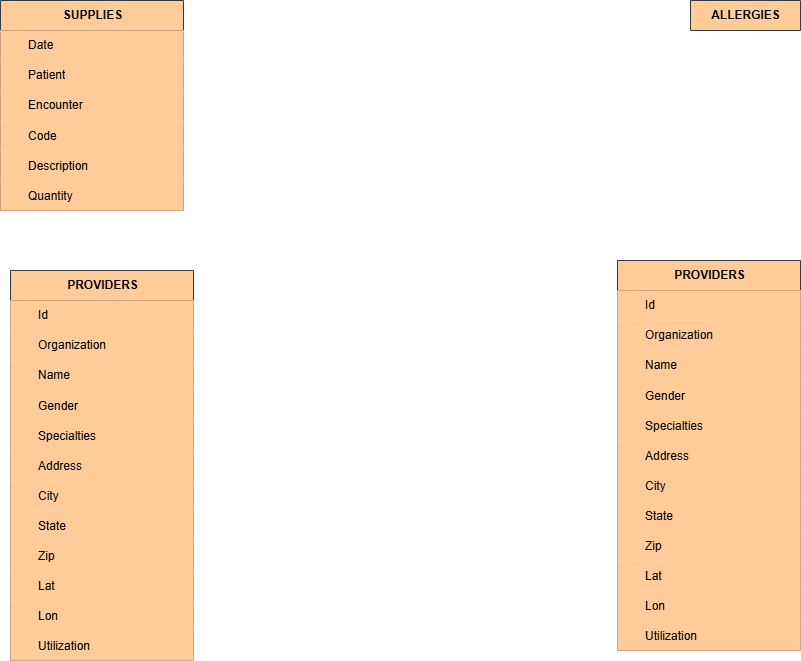
This is BigDataProject.drawio.png from UtsuroNoArashi/BigDataProject, a draw.io export, as it was before one commit. Source tidied: cells renumbered, new cells last; positions are measured from the earlier drawing's top-left corner, leaving out a move shared by most shapes.
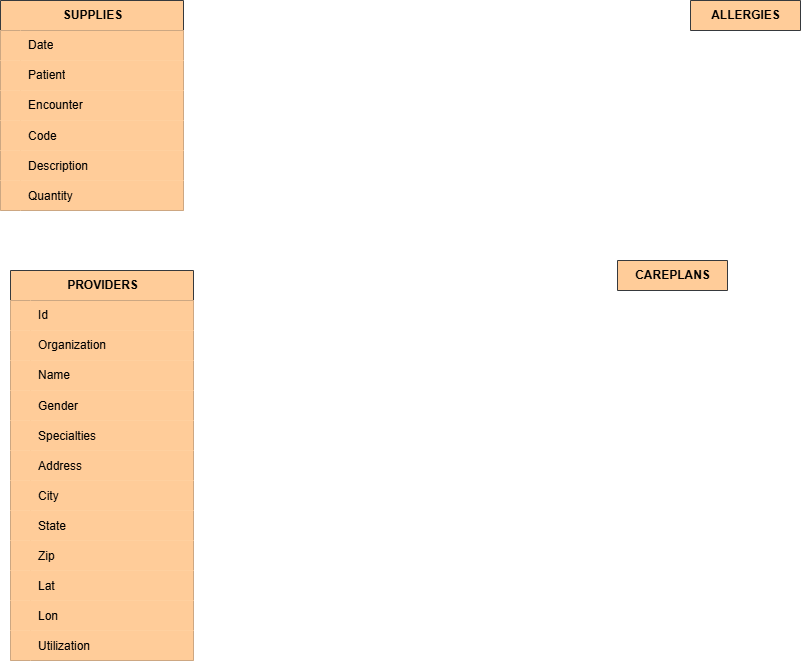
The same diagram one commit later.

Change to the diagram source:
```diff
@@ -173,116 +173,8 @@
     <mxCell id="58" value="ALLERGIES" style="shape=table;startSize=30;rowLines=0;fontStyle=1;align=center;html=1;fillColor=light-dark(#FFCC99,#B98351);strokeColor=light-dark(#36393D,#DDE2E4);fontColor=light-dark(#000000,#000000);" parent="1" vertex="1" collapsed="1">
       <mxGeometry x="690" width="110" height="30" as="geometry" />
     </mxCell>
-    <mxCell id="59" value="PROVIDERS" style="shape=table;startSize=30;rowLines=0;fontStyle=1;align=center;html=1;fillColor=light-dark(#FFCC99,#B98351);strokeColor=light-dark(#36393D,#DDE2E4);fontColor=light-dark(#000000,#000000);" parent="1" vertex="1">
-      <mxGeometry x="617" y="260" width="183" height="390" as="geometry" />
+    <mxCell id="59" value="CAREPLANS" style="shape=table;startSize=30;rowLines=0;fontStyle=1;align=center;html=1;fillColor=light-dark(#FFCC99,#B98351);strokeColor=light-dark(#36393D,#DDE2E4);fontColor=light-dark(#000000,#000000);" parent="1" vertex="1" collapsed="1">
+      <mxGeometry x="617" y="260" width="110" height="30" as="geometry" />
     </mxCell>
-    <mxCell id="60" style="shape=tableRow;horizontal=0;startSize=0;swimlaneHead=0;swimlaneBody=0;fillColor=light-dark(#FFCC99,#B98351);top=0;left=0;right=0;bottom=0;strokeColor=light-dark(#36393D,#DDE2E4);fontColor=light-dark(#000000,#000000);" parent="59" vertex="1">
-      <mxGeometry y="30" width="183" height="30" as="geometry" />
-    </mxCell>
-    <mxCell id="61" style="shape=partialRectangle;fillColor=light-dark(#FFCC99,#B98351);top=0;left=0;bottom=0;right=0;overflow=hidden;whiteSpace=wrap;html=1;strokeColor=light-dark(#36393D,#DDE2E4);fontColor=light-dark(#000000,#000000);" parent="60" vertex="1">
-      <mxGeometry width="20" height="30" as="geometry" />
-    </mxCell>
-    <mxCell id="62" value="Id" style="shape=partialRectangle;fillColor=light-dark(#FFCC99,#B98351);top=0;left=0;bottom=0;right=0;align=left;spacingLeft=6;overflow=hidden;whiteSpace=wrap;html=1;strokeColor=default;fontColor=light-dark(#000000,#000000);" parent="60" vertex="1">
-      <mxGeometry x="20" width="163" height="30" as="geometry" />
-    </mxCell>
-    <mxCell id="63" style="shape=tableRow;horizontal=0;startSize=0;swimlaneHead=0;swimlaneBody=0;fillColor=light-dark(#FFCC99,#B98351);top=0;left=0;right=0;bottom=0;strokeColor=light-dark(#36393D,#DDE2E4);fontColor=light-dark(#000000,#000000);" parent="59" vertex="1">
-      <mxGeometry y="60" width="183" height="30" as="geometry" />
-    </mxCell>
-    <mxCell id="64" style="shape=partialRectangle;fillColor=light-dark(#FFCC99,#B98351);top=0;left=0;bottom=0;right=0;overflow=hidden;whiteSpace=wrap;html=1;strokeColor=light-dark(#36393D,#DDE2E4);fontColor=light-dark(#000000,#000000);" parent="63" vertex="1">
-      <mxGeometry width="20" height="30" as="geometry" />
-    </mxCell>
-    <mxCell id="65" value="Organization" style="shape=partialRectangle;fillColor=light-dark(#FFCC99,#B98351);top=0;left=0;bottom=0;right=0;align=left;spacingLeft=6;overflow=hidden;whiteSpace=wrap;html=1;strokeColor=default;fontColor=light-dark(#000000,#000000);" parent="63" vertex="1">
-      <mxGeometry x="20" width="163" height="30" as="geometry" />
-    </mxCell>
-    <mxCell id="66" style="shape=tableRow;horizontal=0;startSize=0;swimlaneHead=0;swimlaneBody=0;fillColor=light-dark(#FFCC99,#B98351);top=0;left=0;right=0;bottom=0;strokeColor=light-dark(#36393D,#DDE2E4);fontColor=light-dark(#000000,#000000);" parent="59" vertex="1">
-      <mxGeometry y="90" width="183" height="30" as="geometry" />
-    </mxCell>
-    <mxCell id="67" style="shape=partialRectangle;fillColor=light-dark(#FFCC99,#B98351);top=0;left=0;bottom=0;right=0;overflow=hidden;whiteSpace=wrap;html=1;strokeColor=light-dark(#36393D,#DDE2E4);fontColor=light-dark(#000000,#000000);" parent="66" vertex="1">
-      <mxGeometry width="20" height="30" as="geometry" />
-    </mxCell>
-    <mxCell id="68" value="Name" style="shape=partialRectangle;fillColor=light-dark(#FFCC99,#B98351);top=0;left=0;bottom=0;right=0;align=left;spacingLeft=6;overflow=hidden;whiteSpace=wrap;html=1;strokeColor=default;fontColor=light-dark(#000000,#000000);" parent="66" vertex="1">
-      <mxGeometry x="20" width="163" height="30" as="geometry" />
-    </mxCell>
-    <mxCell id="69" style="shape=tableRow;horizontal=0;startSize=0;swimlaneHead=0;swimlaneBody=0;fillColor=light-dark(#FFCC99,#B98351);top=0;left=0;right=0;bottom=0;strokeColor=light-dark(#36393D,#DDE2E4);fontColor=light-dark(#000000,#000000);" parent="59" vertex="1">
-      <mxGeometry y="120" width="183" height="30" as="geometry" />
-    </mxCell>
-    <mxCell id="70" style="shape=partialRectangle;fillColor=light-dark(#FFCC99,#B98351);top=0;left=0;bottom=0;right=0;overflow=hidden;strokeColor=light-dark(#36393D,#DDE2E4);fontColor=light-dark(#000000,#000000);" parent="69" vertex="1">
-      <mxGeometry width="20" height="30" as="geometry" />
-    </mxCell>
-    <mxCell id="71" value="Gender" style="shape=partialRectangle;fillColor=light-dark(#FFCC99,#B98351);top=0;left=0;bottom=0;right=0;align=left;spacingLeft=6;overflow=hidden;strokeColor=default;fontColor=light-dark(#000000,#000000);" parent="69" vertex="1">
-      <mxGeometry x="20" width="163" height="30" as="geometry" />
-    </mxCell>
-    <mxCell id="72" style="shape=tableRow;horizontal=0;startSize=0;swimlaneHead=0;swimlaneBody=0;fillColor=light-dark(#FFCC99,#B98351);top=0;left=0;right=0;bottom=0;strokeColor=light-dark(#36393D,#DDE2E4);fontColor=light-dark(#000000,#000000);" parent="59" vertex="1">
-      <mxGeometry y="150" width="183" height="30" as="geometry" />
-    </mxCell>
-    <mxCell id="73" style="shape=partialRectangle;fillColor=light-dark(#FFCC99,#B98351);top=0;left=0;bottom=0;right=0;overflow=hidden;strokeColor=light-dark(#36393D,#DDE2E4);fontColor=light-dark(#000000,#000000);" parent="72" vertex="1">
-      <mxGeometry width="20" height="30" as="geometry" />
-    </mxCell>
-    <mxCell id="74" value="Specialties    " style="shape=partialRectangle;fillColor=light-dark(#FFCC99,#B98351);top=0;left=0;bottom=0;right=0;align=left;spacingLeft=6;overflow=hidden;strokeColor=default;fontColor=light-dark(#000000,#000000);" parent="72" vertex="1">
-      <mxGeometry x="20" width="163" height="30" as="geometry" />
-    </mxCell>
-    <mxCell id="75" style="shape=tableRow;horizontal=0;startSize=0;swimlaneHead=0;swimlaneBody=0;fillColor=light-dark(#FFCC99,#B98351);top=0;left=0;right=0;bottom=0;strokeColor=light-dark(#36393D,#DDE2E4);fontColor=light-dark(#000000,#000000);" parent="59" vertex="1">
-      <mxGeometry y="180" width="183" height="30" as="geometry" />
-    </mxCell>
-    <mxCell id="76" style="shape=partialRectangle;fillColor=light-dark(#FFCC99,#B98351);top=0;left=0;bottom=0;right=0;overflow=hidden;strokeColor=light-dark(#36393D,#DDE2E4);fontColor=light-dark(#000000,#000000);" parent="75" vertex="1">
-      <mxGeometry width="20" height="30" as="geometry" />
-    </mxCell>
-    <mxCell id="77" value="Address" style="shape=partialRectangle;fillColor=light-dark(#FFCC99,#B98351);top=0;left=0;bottom=0;right=0;align=left;spacingLeft=6;overflow=hidden;strokeColor=default;fontColor=light-dark(#000000,#000000);" parent="75" vertex="1">
-      <mxGeometry x="20" width="163" height="30" as="geometry" />
-    </mxCell>
-    <mxCell id="78" style="shape=tableRow;horizontal=0;startSize=0;swimlaneHead=0;swimlaneBody=0;fillColor=light-dark(#FFCC99,#B98351);top=0;left=0;right=0;bottom=0;fontColor=light-dark(#000000,#000000);" parent="59" vertex="1">
-      <mxGeometry y="210" width="183" height="30" as="geometry" />
-    </mxCell>
-    <mxCell id="79" value="    " style="shape=partialRectangle;fillColor=light-dark(#FFCC99,#B98351);top=0;left=0;bottom=0;right=0;overflow=hidden;fontColor=light-dark(#000000,#000000);" parent="78" vertex="1">
-      <mxGeometry width="20" height="30" as="geometry" />
-    </mxCell>
-    <mxCell id="80" value="City" style="shape=partialRectangle;fillColor=light-dark(#FFCC99,#B98351);top=0;left=0;bottom=0;right=0;align=left;spacingLeft=6;overflow=hidden;fontColor=light-dark(#000000,#000000);" parent="78" vertex="1">
-      <mxGeometry x="20" width="163" height="30" as="geometry" />
-    </mxCell>
-    <mxCell id="81" style="shape=tableRow;horizontal=0;startSize=0;swimlaneHead=0;swimlaneBody=0;fillColor=light-dark(#FFCC99,#B98351);top=0;left=0;right=0;bottom=0;fontColor=light-dark(#000000,#000000);" parent="59" vertex="1">
-      <mxGeometry y="240" width="183" height="30" as="geometry" />
-    </mxCell>
-    <mxCell id="82" style="shape=partialRectangle;fillColor=light-dark(#FFCC99,#B98351);top=0;left=0;bottom=0;right=0;overflow=hidden;fontColor=light-dark(#000000,#000000);" parent="81" vertex="1">
-      <mxGeometry width="20" height="30" as="geometry" />
-    </mxCell>
-    <mxCell id="83" value="State" style="shape=partialRectangle;fillColor=light-dark(#FFCC99,#B98351);top=0;left=0;bottom=0;right=0;align=left;spacingLeft=6;overflow=hidden;fontColor=light-dark(#000000,#000000);" parent="81" vertex="1">
-      <mxGeometry x="20" width="163" height="30" as="geometry" />
-    </mxCell>
-    <mxCell id="84" style="shape=tableRow;horizontal=0;startSize=0;swimlaneHead=0;swimlaneBody=0;fillColor=light-dark(#FFCC99,#B98351);top=0;left=0;right=0;bottom=0;fontColor=light-dark(#000000,#000000);" parent="59" vertex="1">
-      <mxGeometry y="270" width="183" height="30" as="geometry" />
-    </mxCell>
-    <mxCell id="85" style="shape=partialRectangle;fillColor=light-dark(#FFCC99,#B98351);top=0;left=0;bottom=0;right=0;overflow=hidden;fontColor=light-dark(#000000,#000000);" parent="84" vertex="1">
-      <mxGeometry width="20" height="30" as="geometry" />
-    </mxCell>
-    <mxCell id="86" value="Zip" style="shape=partialRectangle;fillColor=light-dark(#FFCC99,#B98351);top=0;left=0;bottom=0;right=0;align=left;spacingLeft=6;overflow=hidden;fontColor=light-dark(#000000,#000000);" parent="84" vertex="1">
-      <mxGeometry x="20" width="163" height="30" as="geometry" />
-    </mxCell>
-    <mxCell id="87" style="shape=tableRow;horizontal=0;startSize=0;swimlaneHead=0;swimlaneBody=0;fillColor=light-dark(#FFCC99,#B98351);top=0;left=0;right=0;bottom=0;fontColor=light-dark(#000000,#000000);" parent="59" vertex="1">
-      <mxGeometry y="300" width="183" height="30" as="geometry" />
-    </mxCell>
-    <mxCell id="88" style="shape=partialRectangle;fillColor=light-dark(#FFCC99,#B98351);top=0;left=0;bottom=0;right=0;overflow=hidden;fontColor=light-dark(#000000,#000000);" parent="87" vertex="1">
-      <mxGeometry width="20" height="30" as="geometry" />
-    </mxCell>
-    <mxCell id="89" value="Lat" style="shape=partialRectangle;fillColor=light-dark(#FFCC99,#B98351);top=0;left=0;bottom=0;right=0;align=left;spacingLeft=6;overflow=hidden;fontColor=light-dark(#000000,#000000);" parent="87" vertex="1">
-      <mxGeometry x="20" width="163" height="30" as="geometry" />
-    </mxCell>
-    <mxCell id="90" style="shape=tableRow;horizontal=0;startSize=0;swimlaneHead=0;swimlaneBody=0;fillColor=light-dark(#FFCC99,#B98351);top=0;left=0;right=0;bottom=0;fontColor=light-dark(#000000,#000000);" parent="59" vertex="1">
-      <mxGeometry y="330" width="183" height="30" as="geometry" />
-    </mxCell>
-    <mxCell id="91" style="shape=partialRectangle;fillColor=light-dark(#FFCC99,#B98351);top=0;left=0;bottom=0;right=0;overflow=hidden;fontColor=light-dark(#000000,#000000);" parent="90" vertex="1">
-      <mxGeometry width="20" height="30" as="geometry" />
-    </mxCell>
-    <mxCell id="92" value="Lon" style="shape=partialRectangle;fillColor=light-dark(#FFCC99,#B98351);top=0;left=0;bottom=0;right=0;align=left;spacingLeft=6;overflow=hidden;fontColor=light-dark(#000000,#000000);" parent="90" vertex="1">
-      <mxGeometry x="20" width="163" height="30" as="geometry" />
-    </mxCell>
-    <mxCell id="93" style="shape=tableRow;horizontal=0;startSize=0;swimlaneHead=0;swimlaneBody=0;fillColor=light-dark(#FFCC99,#B98351);top=0;left=0;right=0;bottom=0;fontColor=light-dark(#000000,#000000);" parent="59" vertex="1">
-      <mxGeometry y="360" width="183" height="30" as="geometry" />
-    </mxCell>
-    <mxCell id="94" style="shape=partialRectangle;fillColor=light-dark(#FFCC99,#B98351);top=0;left=0;bottom=0;right=0;overflow=hidden;fontColor=light-dark(#000000,#000000);" parent="93" vertex="1">
-      <mxGeometry width="20" height="30" as="geometry" />
-    </mxCell>
-    <mxCell id="95" value="Utilization" style="shape=partialRectangle;fillColor=light-dark(#FFCC99,#B98351);top=0;left=0;bottom=0;right=0;align=left;spacingLeft=6;overflow=hidden;fontColor=light-dark(#000000,#000000);" parent="93" vertex="1">
-      <mxGeometry x="20" width="163" height="30" as="geometry" />
-    </mxCell>
   </root>
 </mxGraphModel>
```
